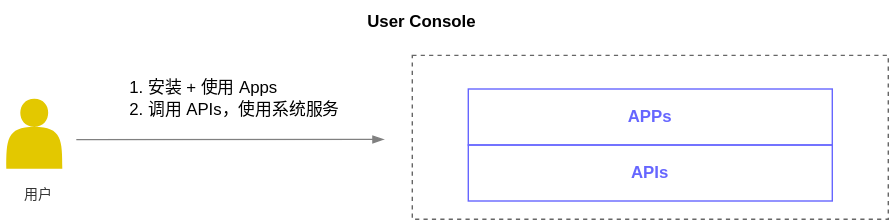
Earlier version of the draw.io export src/assets/overview/use-user-console.drawio.svg (t9k/ucman). Source tidied: cells renumbered, new cells last; positions are measured from the earlier drawing's top-left corner, leaving out a move shared by most shapes.
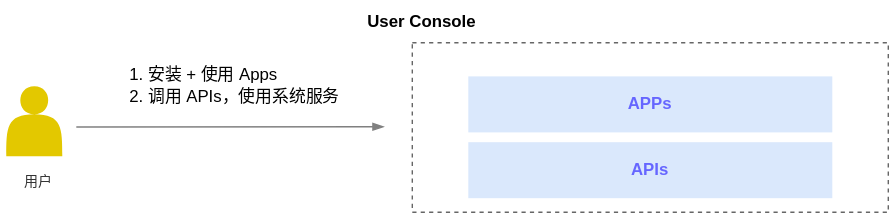
Later version of the same file.

Commit message:
change to color blocks

Change to the diagram source:
```diff
@@ -3,13 +3,13 @@
     <mxCell id="0" />
     <mxCell id="1" parent="0" />
     <mxCell id="2" style="rounded=0;whiteSpace=wrap;html=1;fillColor=none;strokeColor=#666666;fontColor=#333333;dashed=1;" parent="1" vertex="1">
-      <mxGeometry x="294" y="39" width="340" height="117" as="geometry" />
+      <mxGeometry x="294" y="39" width="340" height="121" as="geometry" />
     </mxCell>
     <mxCell id="3" value="&lt;div style=&quot;text-align: left;&quot;&gt;&lt;ol style=&quot;line-height: 130%;&quot;&gt;&lt;li&gt;&lt;span style=&quot;background-color: initial;&quot;&gt;安装 + 使用 Apps&lt;/span&gt;&lt;/li&gt;&lt;li&gt;&lt;span style=&quot;background-color: initial;&quot;&gt;调用 APIs，使用系统服务&lt;/span&gt;&lt;/li&gt;&lt;/ol&gt;&lt;/div&gt;" style="text;html=1;strokeColor=none;fillColor=none;align=center;verticalAlign=middle;whiteSpace=wrap;rounded=0;" parent="1" vertex="1">
       <mxGeometry x="64" y="50" width="180" height="40" as="geometry" />
     </mxCell>
     <mxCell id="4" value="&lt;b&gt;User Console&lt;/b&gt;" style="text;html=1;strokeColor=none;fillColor=none;align=center;verticalAlign=middle;whiteSpace=wrap;rounded=0;" parent="1" vertex="1">
-      <mxGeometry x="261" width="80" height="30" as="geometry" />
+      <mxGeometry x="261" y="9" width="80" height="30" as="geometry" />
     </mxCell>
     <mxCell id="5" style="edgeStyle=none;html=1;fontColor=#FFFFFF;strokeColor=#808080;endArrow=blockThin;endFill=1;" parent="1" edge="1">
       <mxGeometry relative="1" as="geometry">
@@ -20,10 +20,10 @@
     <mxCell id="6" style="shape=actor;whiteSpace=wrap;html=1;fillColor=#e3c800;strokeColor=none;fontColor=#000000;" parent="1" vertex="1">
       <mxGeometry x="4" y="70" width="40" height="50" as="geometry" />
     </mxCell>
-    <mxCell id="7" value="&lt;font color=&quot;#6666ff&quot;&gt;&lt;b&gt;APIs&lt;/b&gt;&lt;/font&gt;" style="rounded=0;whiteSpace=wrap;html=1;fillColor=none;strokeColor=#6666FF;fontColor=#FFFFFF;" parent="1" vertex="1">
-      <mxGeometry x="334" y="103" width="260" height="40" as="geometry" />
+    <mxCell id="7" value="&lt;font color=&quot;#6666ff&quot;&gt;&lt;b&gt;APIs&lt;/b&gt;&lt;/font&gt;" style="rounded=0;whiteSpace=wrap;html=1;fillColor=#dae8fc;strokeColor=none;" parent="1" vertex="1">
+      <mxGeometry x="334" y="110" width="260" height="40" as="geometry" />
     </mxCell>
-    <mxCell id="8" value="&lt;font color=&quot;#6666ff&quot;&gt;&lt;b&gt;APPs&lt;/b&gt;&lt;/font&gt;" style="rounded=0;whiteSpace=wrap;html=1;fillColor=none;strokeColor=#6666FF;fontColor=#FFFFFF;" parent="1" vertex="1">
+    <mxCell id="8" value="&lt;font color=&quot;#6666ff&quot;&gt;&lt;b&gt;APPs&lt;/b&gt;&lt;/font&gt;" style="rounded=0;whiteSpace=wrap;html=1;fillColor=#dae8fc;strokeColor=none;" parent="1" vertex="1">
       <mxGeometry x="334" y="63" width="260" height="40" as="geometry" />
     </mxCell>
     <mxCell id="9" value="&lt;font color=&quot;#333333&quot;&gt;&lt;span style=&quot;font-size: 10px;&quot;&gt;用户&lt;/span&gt;&lt;/font&gt;" style="text;html=1;strokeColor=none;fillColor=none;align=center;verticalAlign=middle;whiteSpace=wrap;rounded=0;" parent="1" vertex="1">
```
